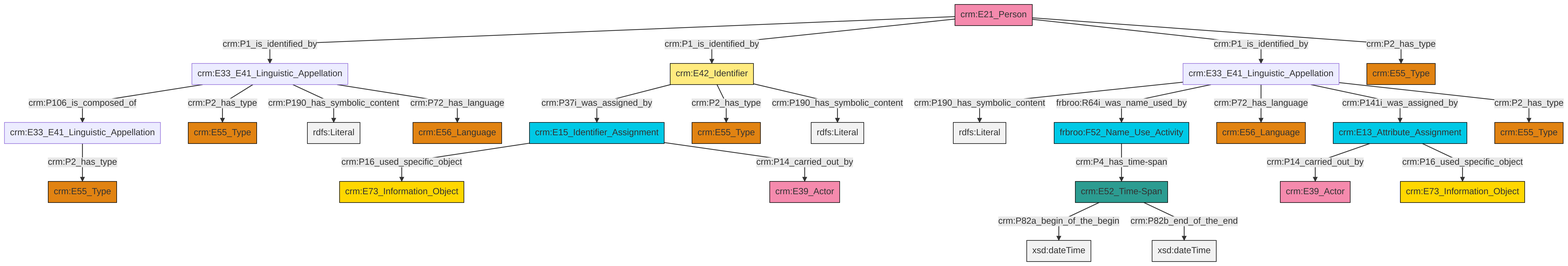
swiss-art-research-net/docs.swissartresearch keeps this Mermaid diagram as et/personCSV/ttl/mmd/png/Person_Names_and_Classification.png. Above is the earlier version. Its source is kept beside it as et/personCSV/ttl/mmd/Person_Names_and_Classification.ttl.mmd.
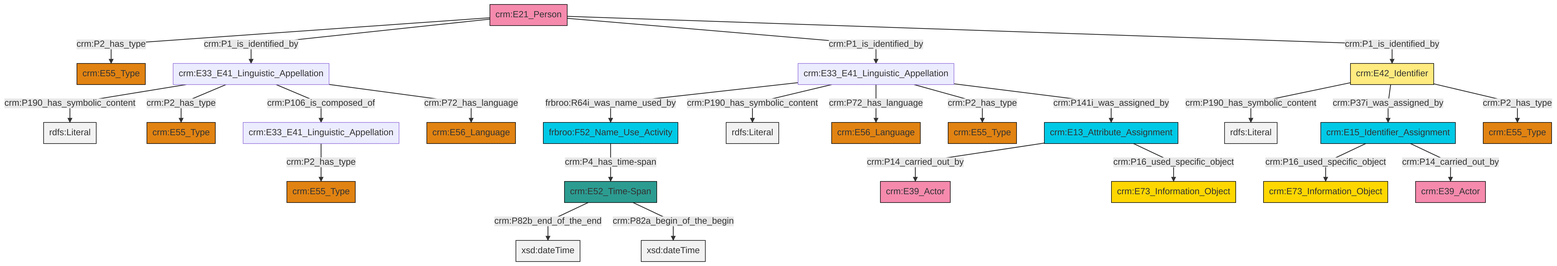
After the commit.

What changed in the source:
```diff
@@ -13,27 +13,27 @@
 classDef PC_Classes fill:#4ce600, stroke:#000000;
 classDef Multi fill:#cccccc,stroke:#000000;
 
-2["crm:E33_E41_Linguistic_Appellation"]:::Default -->|crm:P190_has_symbolic_content| 3[rdfs:Literal]:::Literal
-0["crm:E42_Identifier"]:::Appellation -->|crm:P37i_was_assigned_by| 6["crm:E15_Identifier_Assignment"]:::Temporal_Entity
-9["crm:E21_Person"]:::Actor -->|crm:P1_is_identified_by| 10["crm:E33_E41_Linguistic_Appellation"]:::Default
-10["crm:E33_E41_Linguistic_Appellation"]:::Default -->|crm:P106_is_composed_of| 7["crm:E33_E41_Linguistic_Appellation"]:::Default
-16["crm:E52_Time-Span"]:::Time-Span -->|crm:P82a_begin_of_the_begin| 17[xsd:dateTime]:::Literal
-7["crm:E33_E41_Linguistic_Appellation"]:::Default -->|crm:P2_has_type| 22["crm:E55_Type"]:::Type
-6["crm:E15_Identifier_Assignment"]:::Temporal_Entity -->|crm:P16_used_specific_object| 25["crm:E73_Information_Object"]:::Conceptual_Object
-26["crm:E13_Attribute_Assignment"]:::Temporal_Entity -->|crm:P14_carried_out_by| 27["crm:E39_Actor"]:::Actor
-16["crm:E52_Time-Span"]:::Time-Span -->|crm:P82b_end_of_the_end| 29[xsd:dateTime]:::Literal
-2["crm:E33_E41_Linguistic_Appellation"]:::Default -->|frbroo:R64i_was_name_used_by| 30["frbroo:F52_Name_Use_Activity"]:::Temporal_Entity
-2["crm:E33_E41_Linguistic_Appellation"]:::Default -->|crm:P72_has_language| 31["crm:E56_Language"]:::Type
-9["crm:E21_Person"]:::Actor -->|crm:P1_is_identified_by| 0["crm:E42_Identifier"]:::Appellation
-26["crm:E13_Attribute_Assignment"]:::Temporal_Entity -->|crm:P16_used_specific_object| 4["crm:E73_Information_Object"]:::Conceptual_Object
-0["crm:E42_Identifier"]:::Appellation -->|crm:P2_has_type| 34["crm:E55_Type"]:::Type
-2["crm:E33_E41_Linguistic_Appellation"]:::Default -->|crm:P141i_was_assigned_by| 26["crm:E13_Attribute_Assignment"]:::Temporal_Entity
-2["crm:E33_E41_Linguistic_Appellation"]:::Default -->|crm:P2_has_type| 23["crm:E55_Type"]:::Type
-9["crm:E21_Person"]:::Actor -->|crm:P1_is_identified_by| 2["crm:E33_E41_Linguistic_Appellation"]:::Default
-10["crm:E33_E41_Linguistic_Appellation"]:::Default -->|crm:P2_has_type| 11["crm:E55_Type"]:::Type
-6["crm:E15_Identifier_Assignment"]:::Temporal_Entity -->|crm:P14_carried_out_by| 14["crm:E39_Actor"]:::Actor
-9["crm:E21_Person"]:::Actor -->|crm:P2_has_type| 41["crm:E55_Type"]:::Type
-0["crm:E42_Identifier"]:::Appellation -->|crm:P190_has_symbolic_content| 43[rdfs:Literal]:::Literal
-10["crm:E33_E41_Linguistic_Appellation"]:::Default -->|crm:P190_has_symbolic_content| 44[rdfs:Literal]:::Literal
-10["crm:E33_E41_Linguistic_Appellation"]:::Default -->|crm:P72_has_language| 19["crm:E56_Language"]:::Type
-30["frbroo:F52_Name_Use_Activity"]:::Temporal_Entity -->|crm:P4_has_time-span| 16["crm:E52_Time-Span"]:::Time-Span
+2["crm:E15_Identifier_Assignment"]:::Temporal_Entity -->|crm:P16_used_specific_object| 3["crm:E73_Information_Object"]:::Conceptual_Object
+4["crm:E33_E41_Linguistic_Appellation"]:::Default -->|crm:P190_has_symbolic_content| 5[rdfs:Literal]:::Literal
+6["crm:E21_Person"]:::Actor -->|crm:P2_has_type| 7["crm:E55_Type"]:::Type
+8["crm:E33_E41_Linguistic_Appellation"]:::Default -->|frbroo:R64i_was_name_used_by| 9["frbroo:F52_Name_Use_Activity"]:::Temporal_Entity
+8["crm:E33_E41_Linguistic_Appellation"]:::Default -->|crm:P190_has_symbolic_content| 10[rdfs:Literal]:::Literal
+4["crm:E33_E41_Linguistic_Appellation"]:::Default -->|crm:P2_has_type| 11["crm:E55_Type"]:::Type
+13["crm:E42_Identifier"]:::Appellation -->|crm:P190_has_symbolic_content| 14[rdfs:Literal]:::Literal
+15["crm:E52_Time-Span"]:::Time-Span -->|crm:P82b_end_of_the_end| 16[xsd:dateTime]:::Literal
+15["crm:E52_Time-Span"]:::Time-Span -->|crm:P82a_begin_of_the_begin| 19[xsd:dateTime]:::Literal
+13["crm:E42_Identifier"]:::Appellation -->|crm:P37i_was_assigned_by| 2["crm:E15_Identifier_Assignment"]:::Temporal_Entity
+8["crm:E33_E41_Linguistic_Appellation"]:::Default -->|crm:P72_has_language| 22["crm:E56_Language"]:::Type
+9["frbroo:F52_Name_Use_Activity"]:::Temporal_Entity -->|crm:P4_has_time-span| 15["crm:E52_Time-Span"]:::Time-Span
+6["crm:E21_Person"]:::Actor -->|crm:P1_is_identified_by| 4["crm:E33_E41_Linguistic_Appellation"]:::Default
+6["crm:E21_Person"]:::Actor -->|crm:P1_is_identified_by| 8["crm:E33_E41_Linguistic_Appellation"]:::Default
+4["crm:E33_E41_Linguistic_Appellation"]:::Default -->|crm:P106_is_composed_of| 23["crm:E33_E41_Linguistic_Appellation"]:::Default
+8["crm:E33_E41_Linguistic_Appellation"]:::Default -->|crm:P2_has_type| 20["crm:E55_Type"]:::Type
+13["crm:E42_Identifier"]:::Appellation -->|crm:P2_has_type| 25["crm:E55_Type"]:::Type
+6["crm:E21_Person"]:::Actor -->|crm:P1_is_identified_by| 13["crm:E42_Identifier"]:::Appellation
+34["crm:E13_Attribute_Assignment"]:::Temporal_Entity -->|crm:P14_carried_out_by| 30["crm:E39_Actor"]:::Actor
+4["crm:E33_E41_Linguistic_Appellation"]:::Default -->|crm:P72_has_language| 35["crm:E56_Language"]:::Type
+34["crm:E13_Attribute_Assignment"]:::Temporal_Entity -->|crm:P16_used_specific_object| 0["crm:E73_Information_Object"]:::Conceptual_Object
+8["crm:E33_E41_Linguistic_Appellation"]:::Default -->|crm:P141i_was_assigned_by| 34["crm:E13_Attribute_Assignment"]:::Temporal_Entity
+2["crm:E15_Identifier_Assignment"]:::Temporal_Entity -->|crm:P14_carried_out_by| 17["crm:E39_Actor"]:::Actor
+23["crm:E33_E41_Linguistic_Appellation"]:::Default -->|crm:P2_has_type| 42["crm:E55_Type"]:::Type
```
